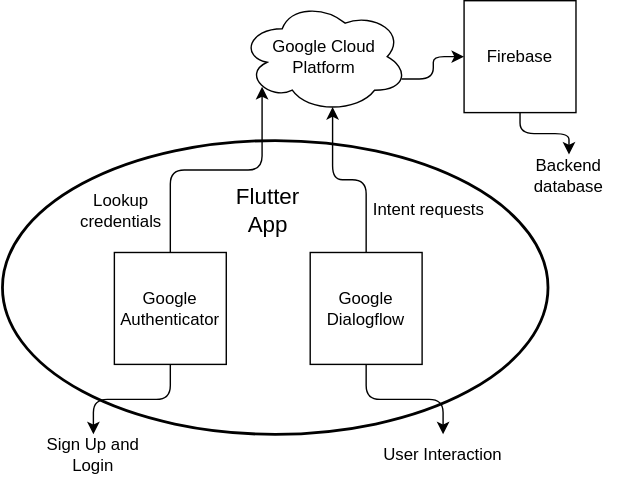
Before: ambot.drawio.svg, a diagram exported from draw.io (antoniomedeiros1/ambot_app). Source tidied: cells renumbered, new cells last; positions are measured from the earlier drawing's top-left corner, leaving out a move shared by most shapes. The source it was exported from:
```xml
<mxGraphModel>
  <root>
    <mxCell id="0" />
    <mxCell id="1" parent="0" />
    <mxCell id="2" style="strokeWidth=2;html=1;shape=mxgraph.flowchart.start_1;whiteSpace=wrap;" parent="1" vertex="1">
      <mxGeometry y="100" width="390" height="210" as="geometry" />
    </mxCell>
    <mxCell id="3" value="Google Authenticator" style="whiteSpace=wrap;html=1;" parent="1" vertex="1">
      <mxGeometry x="80" y="180" width="80" height="80" as="geometry" />
    </mxCell>
    <mxCell id="4" value="Google Dialogflow" style="whiteSpace=wrap;html=1;" parent="1" vertex="1">
      <mxGeometry x="220" y="180" width="80" height="80" as="geometry" />
    </mxCell>
    <mxCell id="5" value="Google Cloud Platform" style="ellipse;shape=cloud;whiteSpace=wrap;html=1;" parent="1" vertex="1">
      <mxGeometry x="170" width="120" height="80" as="geometry" />
    </mxCell>
    <mxCell id="6" value="&lt;font style=&quot;font-size: 16px&quot;&gt;Flutter App&lt;/font&gt;" style="text;html=1;strokeColor=none;fillColor=none;align=center;verticalAlign=middle;whiteSpace=wrap;rounded=0;" parent="1" vertex="1">
      <mxGeometry x="170" y="140" width="40" height="20" as="geometry" />
    </mxCell>
    <mxCell id="7" value="Sign Up and Login" style="text;html=1;strokeColor=none;fillColor=none;align=center;verticalAlign=middle;whiteSpace=wrap;rounded=0;" parent="1" vertex="1">
      <mxGeometry x="20" y="310" width="90" height="30" as="geometry" />
    </mxCell>
    <mxCell id="8" style="edgeStyle=elbowEdgeStyle;elbow=vertical;endArrow=classic;html=1;exitX=0.5;exitY=1;exitDx=0;exitDy=0;entryX=0.5;entryY=0;entryDx=0;entryDy=0;" parent="1" edge="1" source="3" target="7">
      <mxGeometry relative="1" as="geometry" />
    </mxCell>
    <mxCell id="9" value="User Interaction" style="text;html=1;strokeColor=none;fillColor=none;align=center;verticalAlign=middle;whiteSpace=wrap;rounded=0;" parent="1" vertex="1">
      <mxGeometry x="270" y="310" width="90" height="30" as="geometry" />
    </mxCell>
    <mxCell id="10" style="edgeStyle=elbowEdgeStyle;elbow=vertical;endArrow=classic;html=1;entryX=0.5;entryY=0;entryDx=0;entryDy=0;" parent="1" edge="1" target="9">
      <mxGeometry relative="1" as="geometry">
        <mxPoint x="260" y="260" as="sourcePoint" />
      </mxGeometry>
    </mxCell>
    <mxCell id="11" style="edgeStyle=elbowEdgeStyle;elbow=vertical;endArrow=classic;html=1;exitX=0.5;exitY=0;exitDx=0;exitDy=0;entryX=0.55;entryY=0.95;entryDx=0;entryDy=0;entryPerimeter=0;" parent="1" edge="1" source="4" target="5">
      <mxGeometry relative="1" as="geometry" />
    </mxCell>
    <mxCell id="12" value="Firebase" style="whiteSpace=wrap;html=1;" parent="1" vertex="1">
      <mxGeometry x="330" width="80" height="80" as="geometry" />
    </mxCell>
    <mxCell id="13" style="edgeStyle=elbowEdgeStyle;elbow=horizontal;endArrow=classic;html=1;exitX=0.96;exitY=0.7;exitDx=0;exitDy=0;exitPerimeter=0;entryX=0;entryY=0.5;entryDx=0;entryDy=0;" parent="1" edge="1" source="5" target="12">
      <mxGeometry relative="1" as="geometry" />
    </mxCell>
    <mxCell id="14" value="Backend database" style="text;html=1;strokeColor=none;fillColor=none;align=center;verticalAlign=middle;whiteSpace=wrap;rounded=0;" parent="1" vertex="1">
      <mxGeometry x="360" y="110" width="90" height="30" as="geometry" />
    </mxCell>
    <mxCell id="15" style="edgeStyle=elbowEdgeStyle;elbow=vertical;endArrow=classic;html=1;exitX=0.5;exitY=1;exitDx=0;exitDy=0;entryX=0.5;entryY=0;entryDx=0;entryDy=0;" parent="1" edge="1" source="12" target="14">
      <mxGeometry relative="1" as="geometry" />
    </mxCell>
    <mxCell id="16" value="Intent requests" style="text;html=1;strokeColor=none;fillColor=none;align=center;verticalAlign=middle;whiteSpace=wrap;rounded=0;" parent="1" vertex="1">
      <mxGeometry x="260" y="135" width="90" height="30" as="geometry" />
    </mxCell>
    <mxCell id="17" style="edgeStyle=elbowEdgeStyle;elbow=vertical;endArrow=classic;html=1;exitX=0.5;exitY=0;exitDx=0;exitDy=0;entryX=0.13;entryY=0.77;entryDx=0;entryDy=0;entryPerimeter=0;" parent="1" edge="1" source="3" target="5">
      <mxGeometry relative="1" as="geometry" />
    </mxCell>
    <mxCell id="18" value="Lookup credentials" style="text;html=1;strokeColor=none;fillColor=none;align=center;verticalAlign=middle;whiteSpace=wrap;rounded=0;" parent="1" vertex="1">
      <mxGeometry x="40" y="135" width="90" height="30" as="geometry" />
    </mxCell>
  </root>
</mxGraphModel>
```
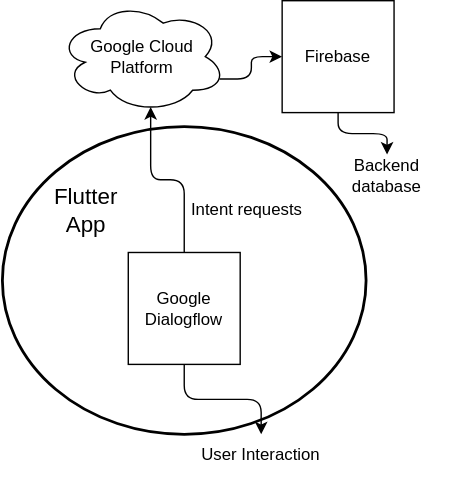
Above is the later version.

Commit message:
Atualização do gráfico e do README

What changed in the source:
```diff
@@ -3,11 +3,8 @@
     <mxCell id="0" />
     <mxCell id="1" parent="0" />
     <mxCell id="2" style="strokeWidth=2;html=1;shape=mxgraph.flowchart.start_1;whiteSpace=wrap;" parent="1" vertex="1">
-      <mxGeometry y="100" width="390" height="210" as="geometry" />
+      <mxGeometry x="130" y="90" width="260" height="220" as="geometry" />
     </mxCell>
-    <mxCell id="3" value="Google Authenticator" style="whiteSpace=wrap;html=1;" parent="1" vertex="1">
-      <mxGeometry x="80" y="180" width="80" height="80" as="geometry" />
-    </mxCell>
     <mxCell id="4" value="Google Dialogflow" style="whiteSpace=wrap;html=1;" parent="1" vertex="1">
       <mxGeometry x="220" y="180" width="80" height="80" as="geometry" />
     </mxCell>
@@ -17,12 +14,6 @@
     <mxCell id="6" value="&lt;font style=&quot;font-size: 16px&quot;&gt;Flutter App&lt;/font&gt;" style="text;html=1;strokeColor=none;fillColor=none;align=center;verticalAlign=middle;whiteSpace=wrap;rounded=0;" parent="1" vertex="1">
       <mxGeometry x="170" y="140" width="40" height="20" as="geometry" />
     </mxCell>
-    <mxCell id="7" value="Sign Up and Login" style="text;html=1;strokeColor=none;fillColor=none;align=center;verticalAlign=middle;whiteSpace=wrap;rounded=0;" parent="1" vertex="1">
-      <mxGeometry x="20" y="310" width="90" height="30" as="geometry" />
-    </mxCell>
-    <mxCell id="8" style="edgeStyle=elbowEdgeStyle;elbow=vertical;endArrow=classic;html=1;exitX=0.5;exitY=1;exitDx=0;exitDy=0;entryX=0.5;entryY=0;entryDx=0;entryDy=0;" parent="1" edge="1" source="3" target="7">
-      <mxGeometry relative="1" as="geometry" />
-    </mxCell>
     <mxCell id="9" value="User Interaction" style="text;html=1;strokeColor=none;fillColor=none;align=center;verticalAlign=middle;whiteSpace=wrap;rounded=0;" parent="1" vertex="1">
       <mxGeometry x="270" y="310" width="90" height="30" as="geometry" />
     </mxCell>
@@ -49,11 +40,5 @@
     <mxCell id="16" value="Intent requests" style="text;html=1;strokeColor=none;fillColor=none;align=center;verticalAlign=middle;whiteSpace=wrap;rounded=0;" parent="1" vertex="1">
       <mxGeometry x="260" y="135" width="90" height="30" as="geometry" />
     </mxCell>
-    <mxCell id="17" style="edgeStyle=elbowEdgeStyle;elbow=vertical;endArrow=classic;html=1;exitX=0.5;exitY=0;exitDx=0;exitDy=0;entryX=0.13;entryY=0.77;entryDx=0;entryDy=0;entryPerimeter=0;" parent="1" edge="1" source="3" target="5">
-      <mxGeometry relative="1" as="geometry" />
-    </mxCell>
-    <mxCell id="18" value="Lookup credentials" style="text;html=1;strokeColor=none;fillColor=none;align=center;verticalAlign=middle;whiteSpace=wrap;rounded=0;" parent="1" vertex="1">
-      <mxGeometry x="40" y="135" width="90" height="30" as="geometry" />
-    </mxCell>
   </root>
 </mxGraphModel>
```
